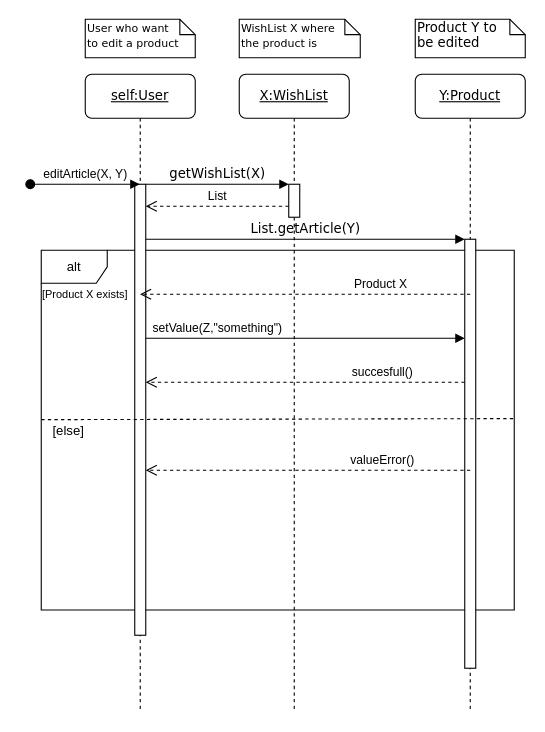
Above: Diagrammes/SequenceDiagrams/editArticle.drawio in NNepper/LSINF1225-2020-GroupeL1.1-WishList (draw.io), before the change. Source tidied: cells renumbered, new cells numbered last; positions are measured from the earlier drawing's top-left corner, leaving out a move shared by most shapes. Both pictures are drawn from the tidied source at 110%, with x=0, y=0 at pixel (30, 19).
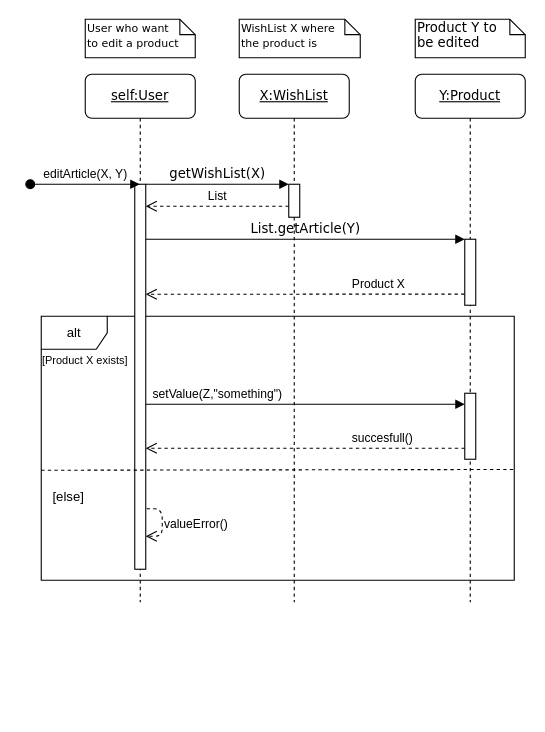
The same diagram, later.

Diff of the diagram source:
```diff
@@
     <mxCell id="2" value="alt" style="shape=umlFrame;whiteSpace=wrap;html=1;" parent="1" vertex="1">
-      <mxGeometry x="10" y="210" width="430" height="327" as="geometry" />
+      <mxGeometry x="10" y="270" width="430" height="240" as="geometry" />
     </mxCell>
     <mxCell id="3" value="&lt;u&gt;X:WishList&lt;/u&gt;" style="shape=umlLifeline;perimeter=lifelinePerimeter;whiteSpace=wrap;html=1;rounded=1;shadow=0;comic=0;labelBackgroundColor=none;strokeWidth=1;fontFamily=Verdana;fontSize=12;align=center;" parent="1" vertex="1">
-      <mxGeometry x="190" y="50" width="100" height="580" as="geometry" />
+      <mxGeometry x="190" y="50" width="100" height="480" as="geometry" />
     </mxCell>
@@
     <mxCell id="5" value="&lt;u&gt;Y:Product&lt;/u&gt;" style="shape=umlLifeline;perimeter=lifelinePerimeter;whiteSpace=wrap;html=1;rounded=1;shadow=0;comic=0;labelBackgroundColor=none;strokeWidth=1;fontFamily=Verdana;fontSize=12;align=center;" parent="1" vertex="1">
-      <mxGeometry x="350" y="50" width="100" height="580" as="geometry" />
+      <mxGeometry x="350" y="50" width="100" height="480" as="geometry" />
     </mxCell>
     <mxCell id="6" style="html=1;points=[];perimeter=orthogonalPerimeter;rounded=0;shadow=0;comic=0;labelBackgroundColor=none;strokeWidth=1;fontFamily=Verdana;fontSize=12;align=center;" parent="5" vertex="1">
-      <mxGeometry x="45" y="150" width="10" height="390" as="geometry" />
+      <mxGeometry x="45" y="150" width="10" height="60" as="geometry" />
     </mxCell>
+    <mxCell id="23" style="html=1;perimeter=orthogonalPerimeter;rounded=0;shadow=0;comic=0;labelBackgroundColor=none;strokeWidth=1;fontFamily=Verdana;fontSize=12;align=center;" parent="5" vertex="1">
+      <mxGeometry x="45" y="290" width="10" height="60" as="geometry" />
+    </mxCell>
     <mxCell id="7" value="&lt;u&gt;self:User&lt;/u&gt;" style="shape=umlLifeline;perimeter=lifelinePerimeter;whiteSpace=wrap;html=1;outlineConnect=0;rounded=1;shadow=0;comic=0;labelBackgroundColor=none;strokeWidth=1;fontFamily=Verdana;fontSize=12;align=center;" parent="1" vertex="1">
-      <mxGeometry x="50" y="50" width="100" height="580" as="geometry" />
+      <mxGeometry x="50" y="50" width="100" height="480" as="geometry" />
     </mxCell>
     <mxCell id="8" style="html=1;points=[];perimeter=orthogonalPerimeter;rounded=0;shadow=0;comic=0;labelBackgroundColor=none;strokeWidth=1;fontFamily=Verdana;fontSize=12;align=center;" parent="7" vertex="1">
-      <mxGeometry x="45" y="100" width="10" height="410" as="geometry" />
+      <mxGeometry x="45" y="100" width="10" height="350" as="geometry" />
     </mxCell>
@@
-    <mxCell id="14" value="Product X&amp;nbsp;" style="html=1;verticalAlign=bottom;endArrow=open;dashed=1;endSize=8;" parent="1" edge="1">
+    <mxCell id="14" value="Product X&amp;nbsp;" style="html=1;verticalAlign=bottom;endArrow=open;dashed=1;endSize=8;exitX=-0.025;exitY=0.831;exitDx=0;exitDy=0;exitPerimeter=0;" parent="1" edge="1" source="6">
       <mxGeometry x="-0.47" relative="1" as="geometry">
-        <mxPoint x="400" y="250" as="sourcePoint" />
-        <mxPoint x="99.8" y="250" as="targetPoint" />
+        <mxPoint x="105" y="250" as="targetPoint" />
       </mxGeometry>
     </mxCell>
     <mxCell id="15" value="setValue(Z,&quot;something&quot;)" style="html=1;verticalAlign=bottom;endArrow=block;" parent="1" edge="1">
       <mxGeometry x="-0.55" relative="1" as="geometry">
-        <mxPoint x="105" y="290" as="sourcePoint" />
-        <mxPoint x="395" y="290" as="targetPoint" />
+        <mxPoint x="105" y="350" as="sourcePoint" />
+        <mxPoint x="395" y="350" as="targetPoint" />
       </mxGeometry>
     </mxCell>
     <mxCell id="16" value="succesfull()" style="html=1;verticalAlign=bottom;endArrow=open;dashed=1;endSize=8;" parent="1" edge="1">
       <mxGeometry x="-0.48" relative="1" as="geometry">
-        <mxPoint x="395" y="330" as="sourcePoint" />
-        <mxPoint x="105" y="330" as="targetPoint" />
+        <mxPoint x="395" y="390" as="sourcePoint" />
+        <mxPoint x="105" y="390" as="targetPoint" />
       </mxGeometry>
     </mxCell>
-    <mxCell id="17" style="endArrow=none;dashed=1;html=1;exitX=0;exitY=0.471;exitDx=0;exitDy=0;exitPerimeter=0;entryX=1;entryY=0.468;entryDx=0;entryDy=0;entryPerimeter=0;" parent="1" edge="1" source="2" target="2">
-      <mxGeometry relative="1" as="geometry" />
+    <mxCell id="17" style="endArrow=none;dashed=1;html=1;exitX=0;exitY=0.471;exitDx=0;exitDy=0;exitPerimeter=0;entryX=1;entryY=0.468;entryDx=0;entryDy=0;entryPerimeter=0;" parent="1" edge="1">
+      <mxGeometry relative="1" as="geometry">
+        <mxPoint x="10" y="410" as="sourcePoint" />
+        <mxPoint x="440" y="409.3" as="targetPoint" />
+      </mxGeometry>
     </mxCell>
-    <mxCell id="18" value="valueError()" style="html=1;verticalAlign=bottom;endArrow=open;dashed=1;endSize=8;" parent="1" edge="1" target="8">
+    <mxCell id="18" value="valueError()" style="html=1;verticalAlign=top;endArrow=open;dashed=1;endSize=8;exitX=1.079;exitY=0.843;exitDx=0;exitDy=0;exitPerimeter=0;labelPosition=right;verticalLabelPosition=bottom;align=left;labelBackgroundColor=none;" parent="1" edge="1" source="8">
       <mxGeometry x="-0.46" relative="1" as="geometry">
-        <mxPoint x="400" y="410" as="sourcePoint" />
+        <mxPoint x="105" y="470" as="targetPoint" />
+        <Array as="points">
+          <mxPoint x="120" y="445" />
+          <mxPoint x="120" y="470" />
+        </Array>
       </mxGeometry>
     </mxCell>
     <mxCell id="19" value="&lt;font style=&quot;font-size: 10px&quot;&gt;[Product X exists]&lt;/font&gt;" style="text;html=1;strokeColor=none;fillColor=none;align=center;verticalAlign=middle;whiteSpace=wrap;rounded=0;" parent="1" vertex="1">
-      <mxGeometry x="10" y="240" width="80" height="20" as="geometry" />
+      <mxGeometry x="10" y="300" width="80" height="20" as="geometry" />
     </mxCell>
     <mxCell id="20" value="[else]" style="text;html=1;strokeColor=none;fillColor=none;align=center;verticalAlign=middle;whiteSpace=wrap;rounded=0;" parent="1" vertex="1">
-      <mxGeometry x="10" y="363.5" width="50" height="20" as="geometry" />
+      <mxGeometry x="10" y="423.5" width="50" height="20" as="geometry" />
     </mxCell>
```
